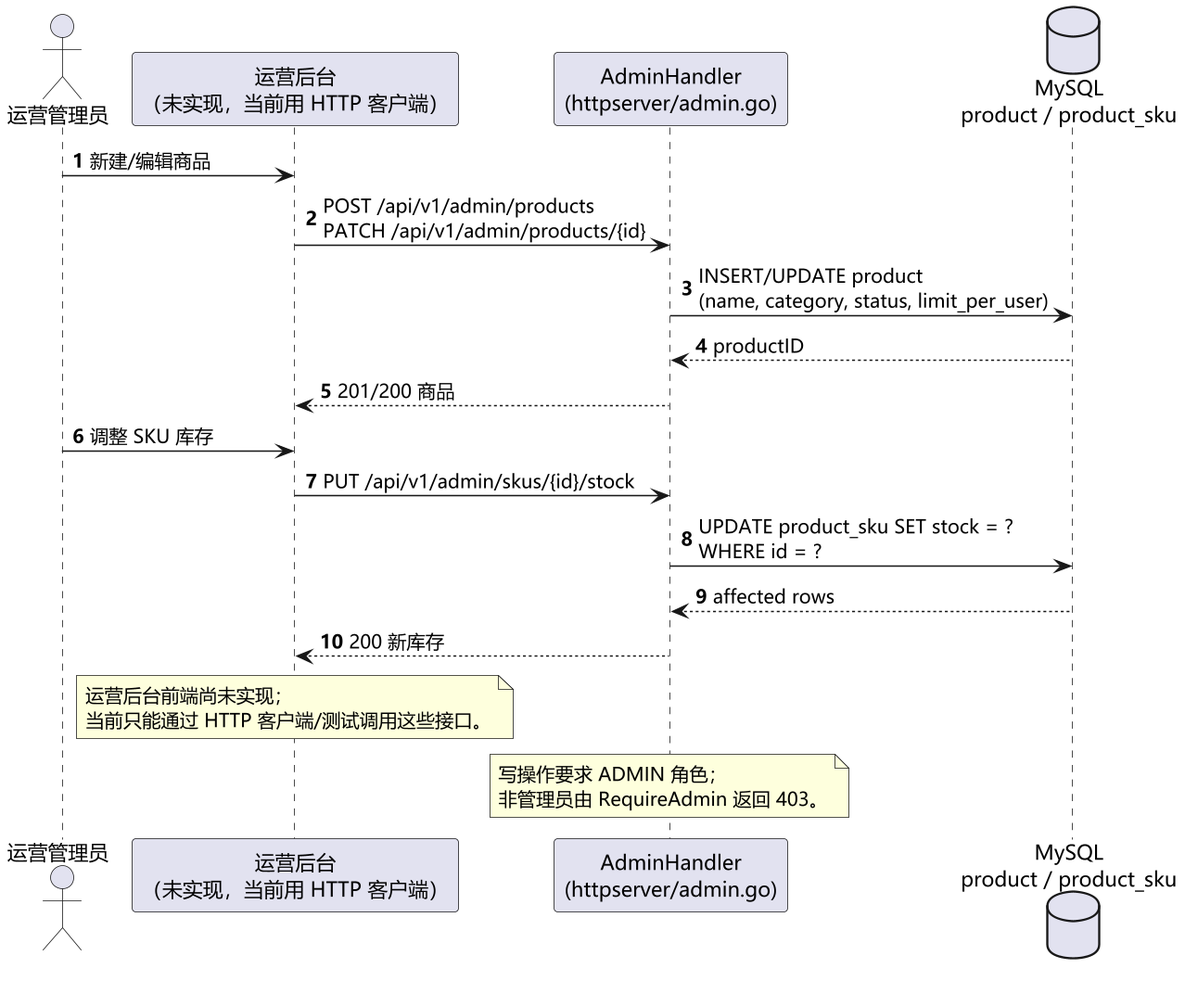
Before: docs/uml/out/图2-11 序列图：商品与 SKU 管理（UC-11 用例实现）.png, a diagram exported from PlantUML (chiyan11/green-travel-points). The source it was exported from:
```plantuml
@startuml 图2-11 序列图：商品与 SKU 管理（UC-11 用例实现）
skinparam defaultFontName "Microsoft YaHei"
skinparam dpi 150
skinparam shadowing false
autonumber

actor "运营管理员" as A
participant "运营后台\n（未实现，当前用 HTTP 客户端）" as FE
participant "AdminHandler\n(httpserver/admin.go)" as H
database "MySQL\nproduct / product_sku" as DB

A -> FE : 新建/编辑商品
FE -> H : POST /api/v1/admin/products\nPATCH /api/v1/admin/products/{id}
H -> DB : INSERT/UPDATE product\n(name, category, status, limit_per_user)
DB --> H : productID
H --> FE : 201/200 商品

A -> FE : 调整 SKU 库存
FE -> H : PUT /api/v1/admin/skus/{id}/stock
H -> DB : UPDATE product_sku SET stock = ?\nWHERE id = ?
DB --> H : affected rows
H --> FE : 200 新库存

note over FE
  运营后台前端尚未实现；
  当前只能通过 HTTP 客户端/测试调用这些接口。
end note
note over H
  写操作要求 ADMIN 角色；
  非管理员由 RequireAdmin 返回 403。
end note
@enduml
```
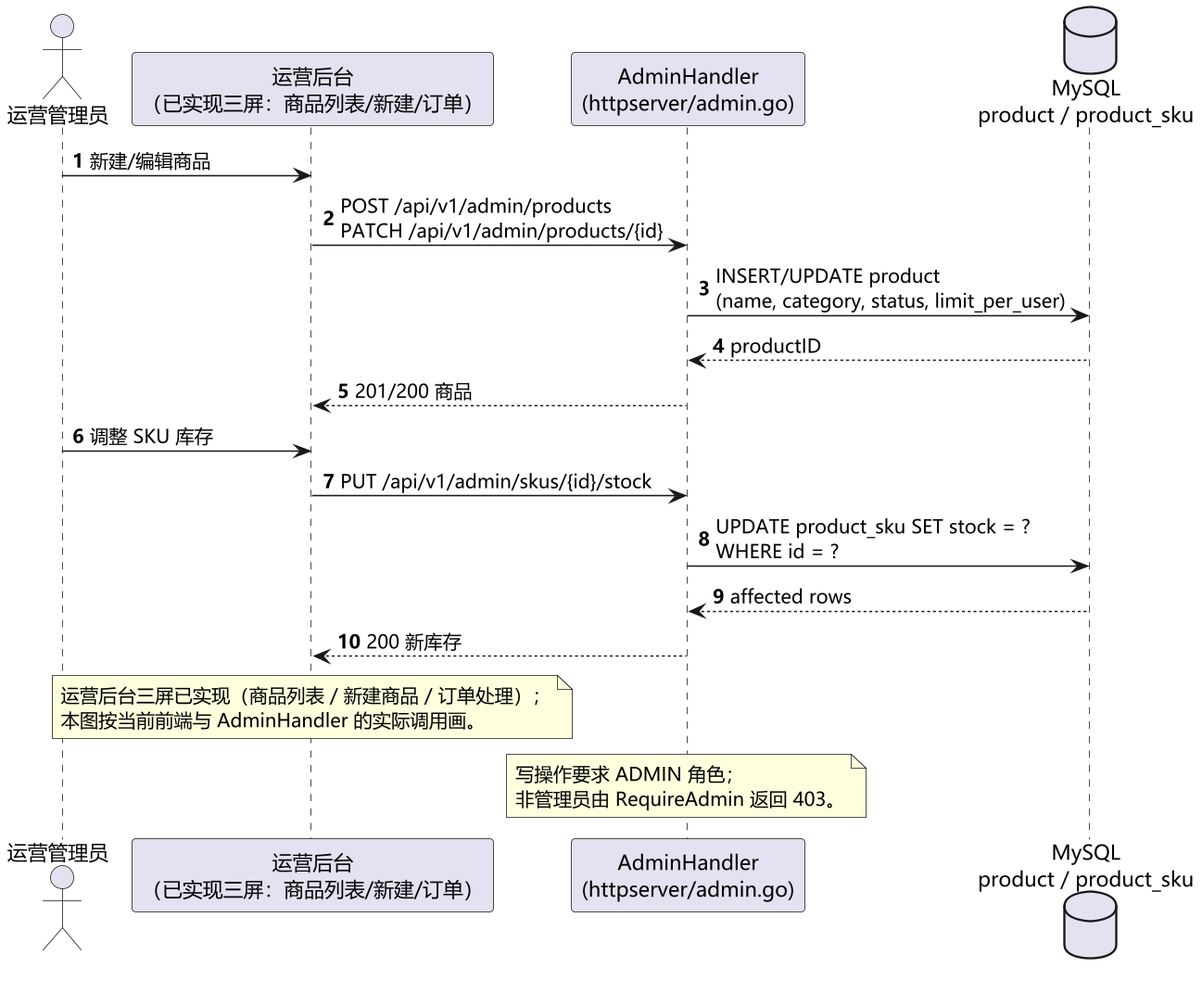
After the commit.

What changed in the source:
```diff
@@ -5,7 +5,7 @@
 autonumber
 
 actor "运营管理员" as A
-participant "运营后台\n（未实现，当前用 HTTP 客户端）" as FE
+participant "运营后台\n（已实现三屏：商品列表/新建/订单）" as FE
 participant "AdminHandler\n(httpserver/admin.go)" as H
 database "MySQL\nproduct / product_sku" as DB
 
@@ -22,8 +22,8 @@
 H --> FE : 200 新库存
 
 note over FE
-  运营后台前端尚未实现；
-  当前只能通过 HTTP 客户端/测试调用这些接口。
+  运营后台三屏已实现（商品列表 / 新建商品 / 订单处理）；
+  本图按当前前端与 AdminHandler 的实际调用画。
 end note
 note over H
   写操作要求 ADMIN 角色；
```
